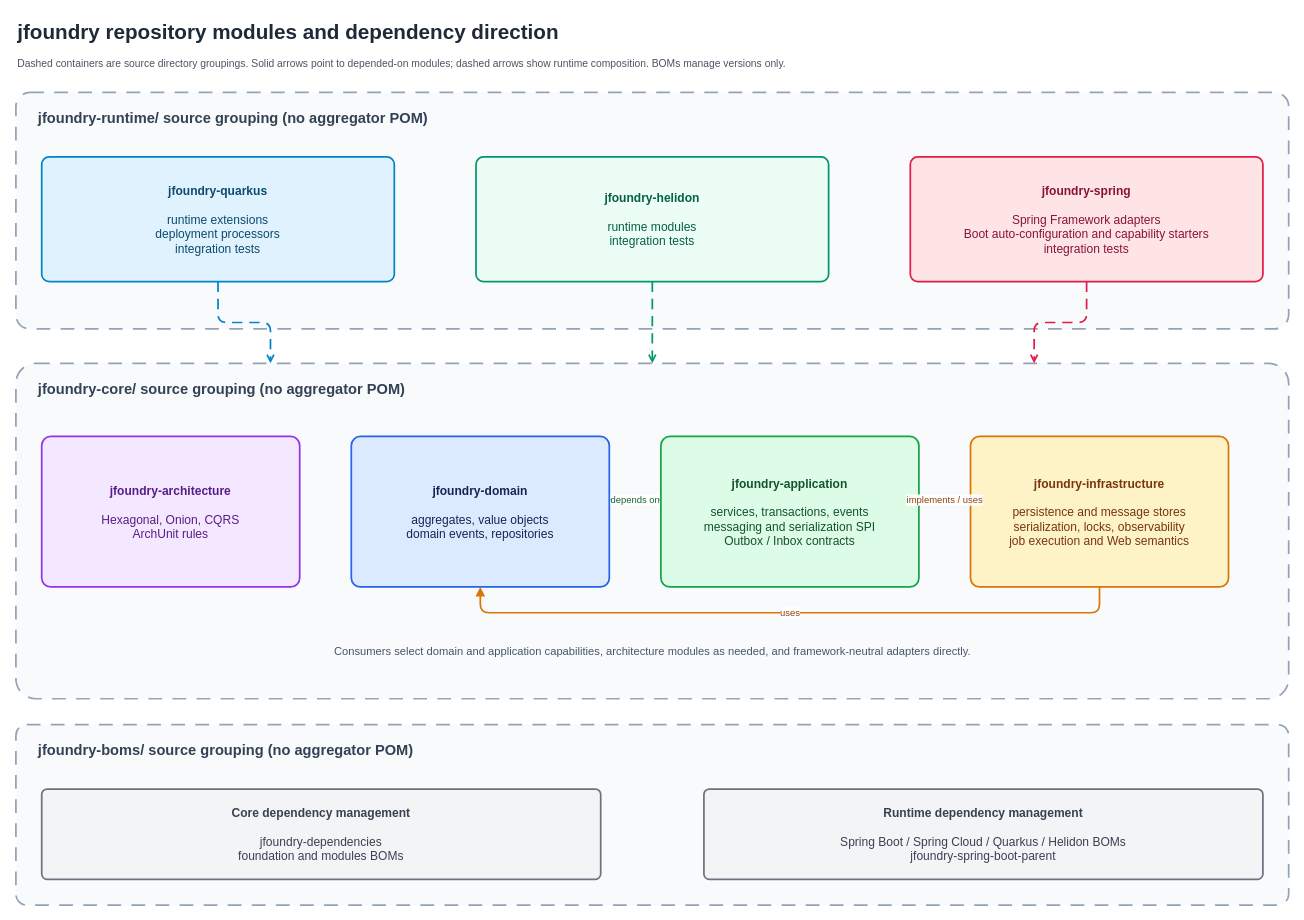
Above: docs/i18n/assets/jfoundry-module-architecture.drawio in huahill/jfoundry (draw.io), before the change. Source tidied: cells renumbered, new cells numbered last; positions are measured from the earlier drawing's top-left corner, leaving out a move shared by most shapes. Both pictures are drawn from the tidied source at 86%, with x=0, y=0 at pixel (15, 15).
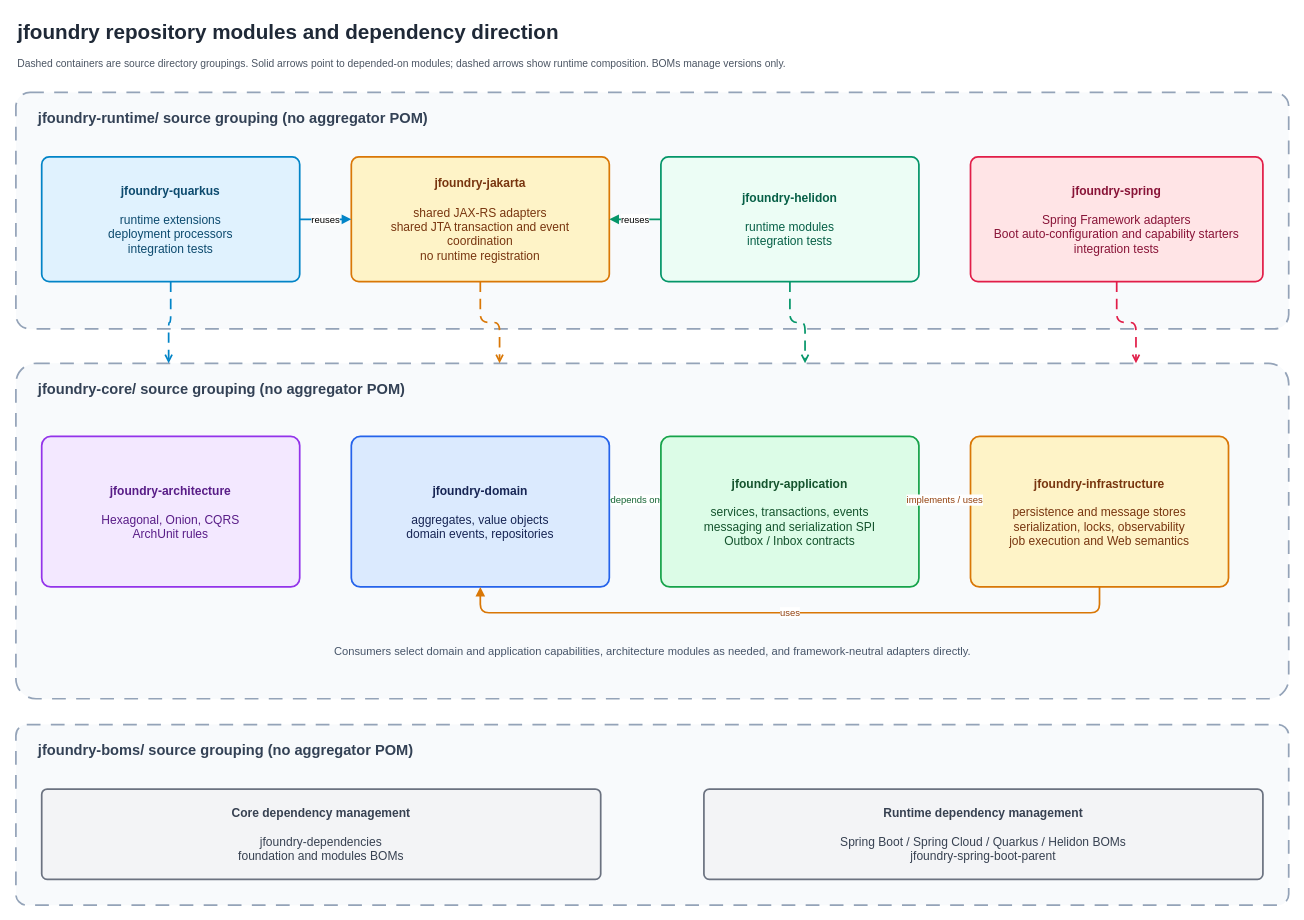
After the change.

The change refers to these unchanged cells:
```xml
<mxCell id="8" value="jfoundry-core/   source grouping (no aggregator POM)" style="rounded=1;arcSize=6;whiteSpace=wrap;html=1;dashed=1;dashPattern=8 6;strokeWidth=2;fillColor=#F8FAFC;strokeColor=#94A3B8;fontColor=#334155;fontSize=17;fontStyle=1;align=left;verticalAlign=top;spacingTop=14;spacingLeft=24;" parent="1" vertex="1">
  <mxGeometry y="405" width="1480" height="390" as="geometry" />
</mxCell>
```

Change to the diagram source:
```diff
@@
     <mxCell id="5" value="&lt;b&gt;jfoundry-quarkus&lt;/b&gt;&lt;br&gt;&lt;br&gt;runtime extensions&lt;br&gt;deployment processors&lt;br&gt;integration tests" style="rounded=1;arcSize=6;whiteSpace=wrap;html=1;fillColor=#E0F2FE;strokeColor=#0284C7;strokeWidth=2;fontColor=#0C4A6E;fontSize=14;align=center;verticalAlign=middle;spacing=10;" parent="1" vertex="1">
-      <mxGeometry x="30" y="165" width="410" height="145" as="geometry" />
+      <mxGeometry x="30" y="165" width="300" height="145" as="geometry" />
     </mxCell>
+    <mxCell id="23" value="&lt;b&gt;jfoundry-jakarta&lt;/b&gt;&lt;br&gt;&lt;br&gt;shared JAX-RS adapters&lt;br&gt;shared JTA transaction and event coordination&lt;br&gt;no runtime registration" style="rounded=1;arcSize=6;whiteSpace=wrap;html=1;fillColor=#FEF3C7;strokeColor=#D97706;strokeWidth=2;fontColor=#78350F;fontSize=14;align=center;verticalAlign=middle;spacing=10;" parent="1" vertex="1">
+      <mxGeometry x="390" y="165" width="300" height="145" as="geometry" />
+    </mxCell>
     <mxCell id="6" value="&lt;b&gt;jfoundry-helidon&lt;/b&gt;&lt;br&gt;&lt;br&gt;runtime modules&lt;br&gt;integration tests" style="rounded=1;arcSize=6;whiteSpace=wrap;html=1;fillColor=#ECFDF5;strokeColor=#059669;strokeWidth=2;fontColor=#065F46;fontSize=14;align=center;verticalAlign=middle;spacing=10;" parent="1" vertex="1">
-      <mxGeometry x="535" y="165" width="410" height="145" as="geometry" />
+      <mxGeometry x="750" y="165" width="300" height="145" as="geometry" />
     </mxCell>
     <mxCell id="7" value="&lt;b&gt;jfoundry-spring&lt;/b&gt;&lt;br&gt;&lt;br&gt;Spring Framework adapters&lt;br&gt;Boot auto-configuration and capability starters&lt;br&gt;integration tests" style="rounded=1;arcSize=6;whiteSpace=wrap;html=1;fillColor=#FFE4E6;strokeColor=#E11D48;strokeWidth=2;fontColor=#881337;fontSize=14;align=center;verticalAlign=middle;spacing=10;" parent="1" vertex="1">
-      <mxGeometry x="1040" y="165" width="410" height="145" as="geometry" />
+      <mxGeometry x="1110" y="165" width="340" height="145" as="geometry" />
     </mxCell>
@@
+    <mxCell id="24" value="reuses" style="edgeStyle=orthogonalEdgeStyle;rounded=1;jettySize=auto;html=1;strokeWidth=2;strokeColor=#0284C7;exitX=1;exitY=0.5;exitDx=0;exitDy=0;entryX=0;entryY=0.5;entryDx=0;entryDy=0;endArrow=block;endFill=1;" parent="1" edge="1" source="5" target="23">
+      <mxGeometry relative="1" as="geometry" />
+    </mxCell>
+    <mxCell id="25" value="reuses" style="edgeStyle=orthogonalEdgeStyle;rounded=1;jettySize=auto;html=1;strokeWidth=2;strokeColor=#059669;exitX=0;exitY=0.5;exitDx=0;exitDy=0;entryX=1;entryY=0.5;entryDx=0;entryDy=0;endArrow=block;endFill=1;" parent="1" edge="1" source="6" target="23">
+      <mxGeometry relative="1" as="geometry" />
+    </mxCell>
-    <mxCell id="20" style="edgeStyle=orthogonalEdgeStyle;rounded=1;jettySize=auto;html=1;dashed=1;dashPattern=6 4;strokeWidth=2;strokeColor=#0284C7;exitX=0.5;exitY=1;exitDx=0;exitDy=0;entryX=0.2;entryY=0;entryDx=0;entryDy=0;endArrow=open;endFill=0;" parent="1" edge="1" source="5" target="8">
+    <mxCell id="20" style="edgeStyle=orthogonalEdgeStyle;rounded=1;jettySize=auto;html=1;dashed=1;dashPattern=6 4;strokeWidth=2;strokeColor=#0284C7;exitX=0.5;exitY=1;exitDx=0;exitDy=0;entryX=0.12;entryY=0;entryDx=0;entryDy=0;endArrow=open;endFill=0;" parent="1" edge="1" source="5" target="8">
       <mxGeometry relative="1" as="geometry" />
     </mxCell>
+    <mxCell id="26" style="edgeStyle=orthogonalEdgeStyle;rounded=1;jettySize=auto;html=1;dashed=1;dashPattern=6 4;strokeWidth=2;strokeColor=#D97706;exitX=0.5;exitY=1;exitDx=0;exitDy=0;entryX=0.38;entryY=0;entryDx=0;entryDy=0;endArrow=open;endFill=0;" parent="1" edge="1" source="23" target="8">
+      <mxGeometry relative="1" as="geometry" />
+    </mxCell>
-    <mxCell id="21" style="edgeStyle=orthogonalEdgeStyle;rounded=1;jettySize=auto;html=1;dashed=1;dashPattern=6 4;strokeWidth=2;strokeColor=#059669;exitX=0.5;exitY=1;exitDx=0;exitDy=0;entryX=0.5;entryY=0;entryDx=0;entryDy=0;endArrow=open;endFill=0;" parent="1" edge="1" source="6" target="8">
+    <mxCell id="21" style="edgeStyle=orthogonalEdgeStyle;rounded=1;jettySize=auto;html=1;dashed=1;dashPattern=6 4;strokeWidth=2;strokeColor=#059669;exitX=0.5;exitY=1;exitDx=0;exitDy=0;entryX=0.62;entryY=0;entryDx=0;entryDy=0;endArrow=open;endFill=0;" parent="1" edge="1" source="6" target="8">
       <mxGeometry relative="1" as="geometry" />
     </mxCell>
-    <mxCell id="22" style="edgeStyle=orthogonalEdgeStyle;rounded=1;jettySize=auto;html=1;dashed=1;dashPattern=6 4;strokeWidth=2;strokeColor=#E11D48;exitX=0.5;exitY=1;exitDx=0;exitDy=0;entryX=0.8;entryY=0;entryDx=0;entryDy=0;endArrow=open;endFill=0;" parent="1" edge="1" source="7" target="8">
+    <mxCell id="22" style="edgeStyle=orthogonalEdgeStyle;rounded=1;jettySize=auto;html=1;dashed=1;dashPattern=6 4;strokeWidth=2;strokeColor=#E11D48;exitX=0.5;exitY=1;exitDx=0;exitDy=0;entryX=0.88;entryY=0;entryDx=0;entryDy=0;endArrow=open;endFill=0;" parent="1" edge="1" source="7" target="8">
       <mxGeometry relative="1" as="geometry" />
     </mxCell>
```
